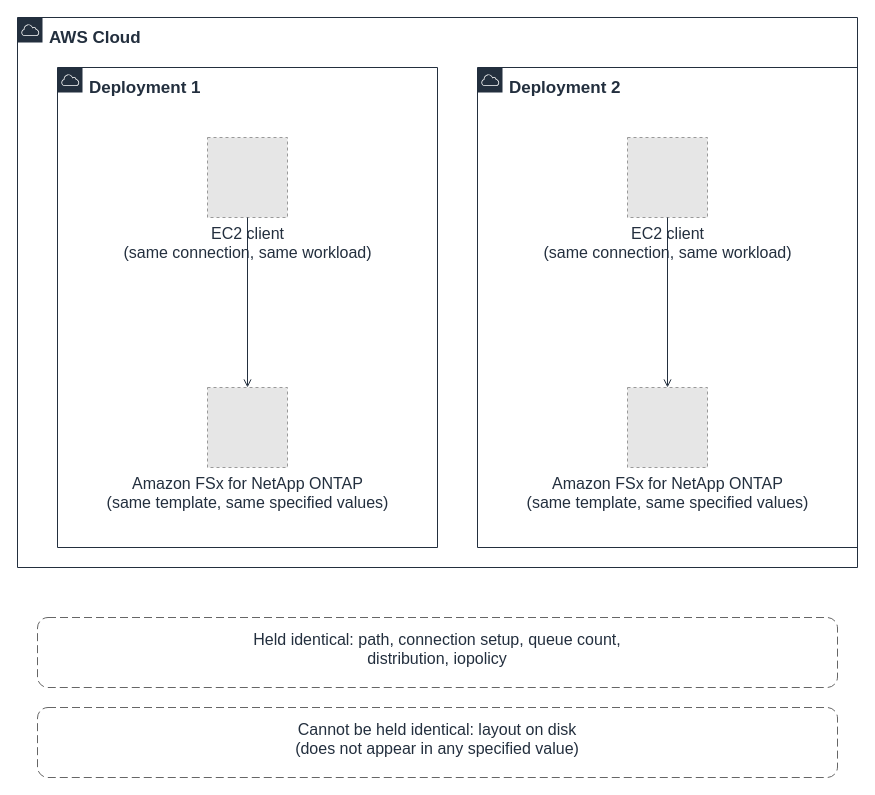
Before: docs/_assets/diagrams/s3burst-block-c-layout-en.drawio in Yoshiki0705/S3-Burst-on-ONTAP-Files, a draw.io diagram. Source tidied: cells renumbered, new cells numbered last; positions are measured from the earlier drawing's top-left corner, leaving out a move shared by most shapes. Both pictures are drawn from the tidied source at 100%, with x=0, y=0 at pixel (17, 17). Pictures stored in the file or linked from it are replaced by grey dashed boxes.
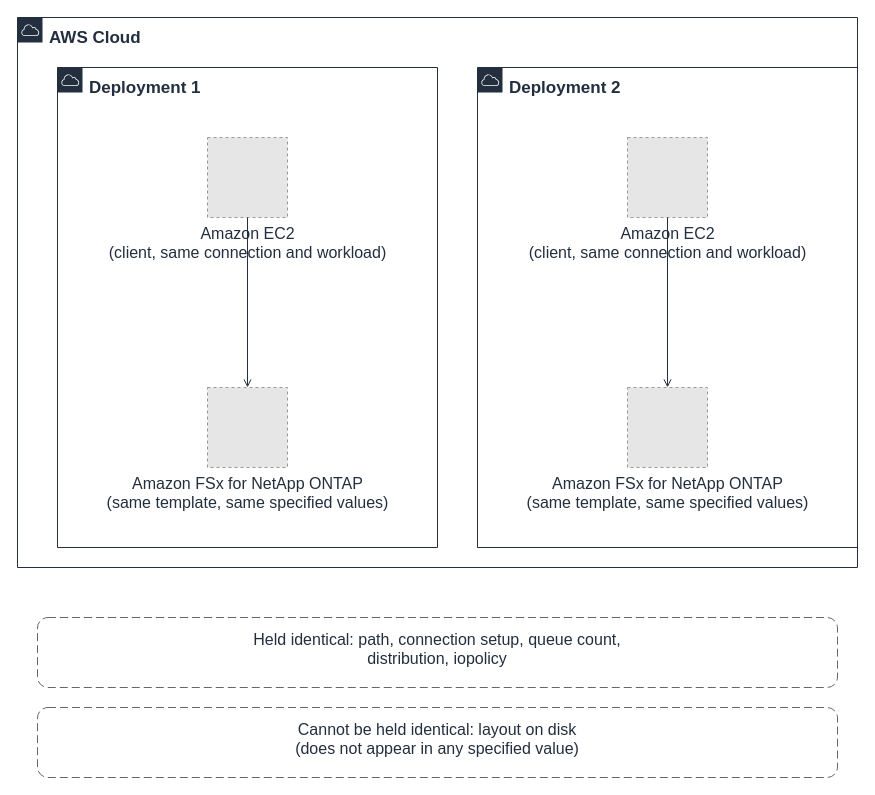
The same diagram, later.

Diff of the diagram source:
```diff
@@
 <mxGraphModel>
   <root>
     <mxCell id="0" />
     <mxCell id="1" parent="0" />
     <mxCell id="2" value="AWS Cloud" style="gradientColor=none;html=1;whiteSpace=wrap;fontSize=17;fontStyle=1;fontColor=#232F3E;shape=mxgraph.aws4.group;grIcon=mxgraph.aws4.group_aws_cloud;strokeColor=#232F3E;fillColor=none;verticalAlign=top;align=left;spacingLeft=30;spacingTop=4;dashed=0;" parent="1" vertex="1">
       <mxGeometry width="840" height="550" as="geometry" />
     </mxCell>
     <mxCell id="3" value="Deployment 1" style="gradientColor=none;html=1;whiteSpace=wrap;fontSize=17;fontStyle=1;fontColor=#232F3E;shape=mxgraph.aws4.group;grIcon=mxgraph.aws4.group_aws_cloud;strokeColor=#232F3E;fillColor=none;verticalAlign=top;align=left;spacingLeft=30;spacingTop=4;dashed=0;" parent="1" vertex="1">
       <mxGeometry x="40" y="50" width="380" height="480" as="geometry" />
     </mxCell>
     <mxCell id="4" value="Deployment 2" style="gradientColor=none;html=1;whiteSpace=wrap;fontSize=17;fontStyle=1;fontColor=#232F3E;shape=mxgraph.aws4.group;grIcon=mxgraph.aws4.group_aws_cloud;strokeColor=#232F3E;fillColor=none;verticalAlign=top;align=left;spacingLeft=30;spacingTop=4;dashed=0;" parent="1" vertex="1">
       <mxGeometry x="460" y="50" width="380" height="480" as="geometry" />
     </mxCell>
     <mxCell id="5" value="Held identical: path, connection setup, queue count,&lt;br&gt;distribution, iopolicy" style="rounded=1;whiteSpace=wrap;html=1;dashed=1;dashPattern=8 4;strokeColor=#666666;fillColor=none;fontColor=#232F3E;fontSize=16;verticalAlign=top;align=center;spacingTop=6;" parent="1" vertex="1">
       <mxGeometry x="20" y="600" width="800" height="70" as="geometry" />
     </mxCell>
     <mxCell id="6" value="Cannot be held identical: layout on disk&#10;(does not appear in any specified value)" style="rounded=1;whiteSpace=wrap;html=1;dashed=1;dashPattern=8 4;strokeColor=#666666;fillColor=none;fontColor=#232F3E;fontSize=16;verticalAlign=top;align=center;spacingTop=6;" parent="1" vertex="1">
       <mxGeometry x="20" y="690" width="800" height="70" as="geometry" />
     </mxCell>
-    <mxCell id="7" value="EC2 client&#10;(same connection, same workload)" style="fillColor=#E6E6E6;strokeColor=#999999;dashed=1;html=1;verticalLabelPosition=bottom;verticalAlign=top;labelPosition=center;align=center;fontSize=16;fontColor=#232F3E;" parent="1" vertex="1">
+    <mxCell id="7" value="Amazon EC2&#10;(client, same connection and workload)" style="fillColor=#E6E6E6;strokeColor=#999999;dashed=1;html=1;verticalLabelPosition=bottom;verticalAlign=top;labelPosition=center;align=center;fontSize=16;fontColor=#232F3E;" parent="1" vertex="1">
       <mxGeometry x="190" y="120" width="80" height="80" as="geometry" />
     </mxCell>
     <mxCell id="8" value="Amazon FSx for NetApp ONTAP&#10;(same template, same specified values)" style="fillColor=#E6E6E6;strokeColor=#999999;dashed=1;html=1;verticalLabelPosition=bottom;verticalAlign=top;labelPosition=center;align=center;fontSize=16;fontColor=#232F3E;" parent="1" vertex="1">
       <mxGeometry x="190" y="370" width="80" height="80" as="geometry" />
     </mxCell>
-    <mxCell id="9" value="EC2 client&#10;(same connection, same workload)" style="fillColor=#E6E6E6;strokeColor=#999999;dashed=1;html=1;verticalLabelPosition=bottom;verticalAlign=top;labelPosition=center;align=center;fontSize=16;fontColor=#232F3E;" parent="1" vertex="1">
+    <mxCell id="9" value="Amazon EC2&#10;(client, same connection and workload)" style="fillColor=#E6E6E6;strokeColor=#999999;dashed=1;html=1;verticalLabelPosition=bottom;verticalAlign=top;labelPosition=center;align=center;fontSize=16;fontColor=#232F3E;" parent="1" vertex="1">
       <mxGeometry x="610" y="120" width="80" height="80" as="geometry" />
     </mxCell>
     <mxCell id="10" value="Amazon FSx for NetApp ONTAP&#10;(same template, same specified values)" style="fillColor=#E6E6E6;strokeColor=#999999;dashed=1;html=1;verticalLabelPosition=bottom;verticalAlign=top;labelPosition=center;align=center;fontSize=16;fontColor=#232F3E;" parent="1" vertex="1">
       <mxGeometry x="610" y="370" width="80" height="80" as="geometry" />
     </mxCell>
     <mxCell id="11" style="edgeStyle=orthogonalEdgeStyle;rounded=0;html=1;endArrow=open;endFill=0;strokeColor=#232F3E;strokeWidth=1;fontSize=16;fontColor=#232F3E;" parent="1" edge="1" source="7" target="8">
       <mxGeometry relative="1" as="geometry" />
     </mxCell>
     <mxCell id="12" style="edgeStyle=orthogonalEdgeStyle;rounded=0;html=1;endArrow=open;endFill=0;strokeColor=#232F3E;strokeWidth=1;fontSize=16;fontColor=#232F3E;" parent="1" edge="1" source="9" target="10">
       <mxGeometry relative="1" as="geometry" />
     </mxCell>
   </root>
 </mxGraphModel>
```
